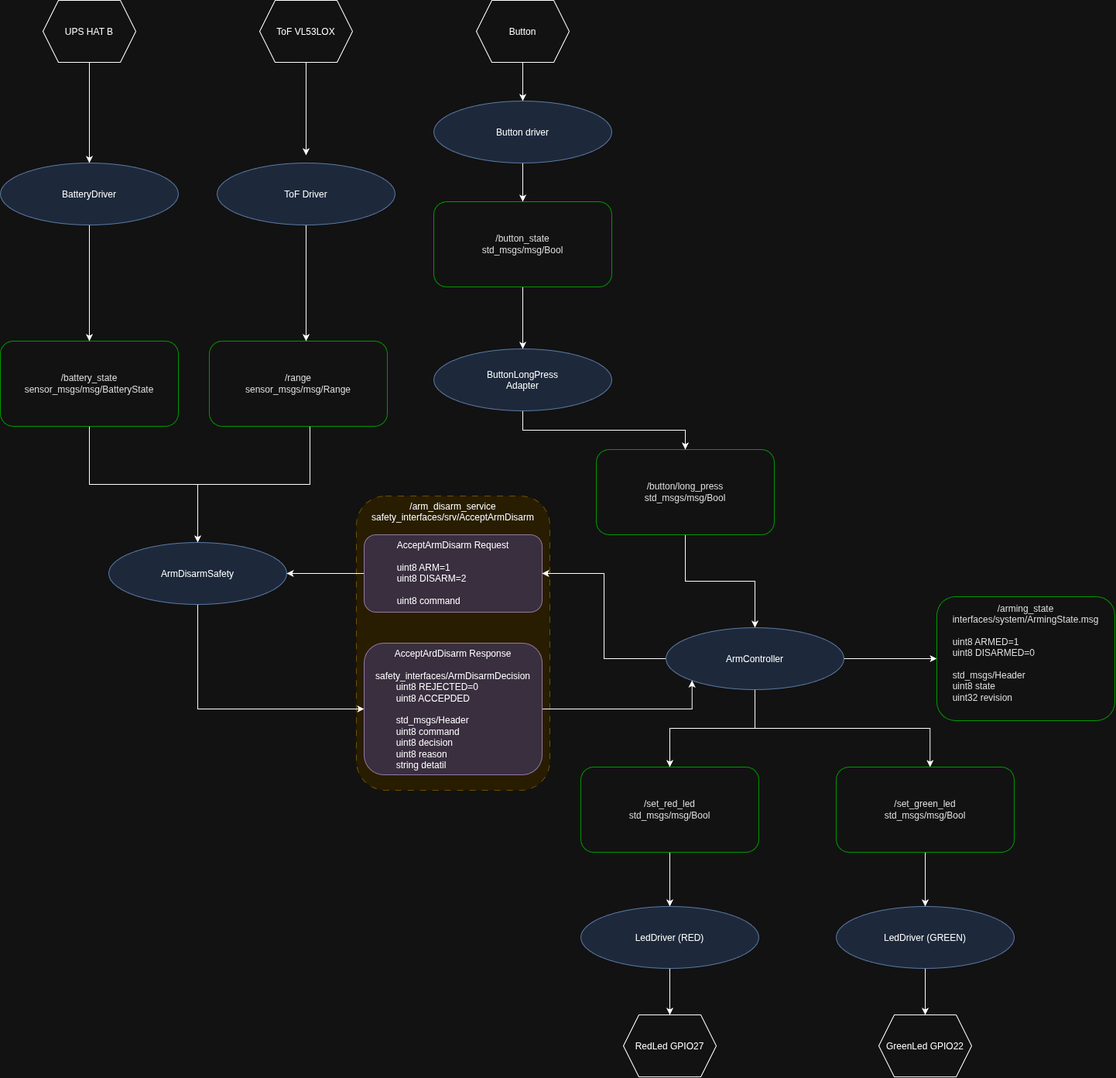
Above: docs/attachments/images/lesson5.1.drawio.png in SeregaCodit/ros2-practical (draw.io), before the change. Source tidied: cells renumbered, new cells last; positions are measured from the earlier drawing's top-left corner, leaving out a move shared by most shapes.
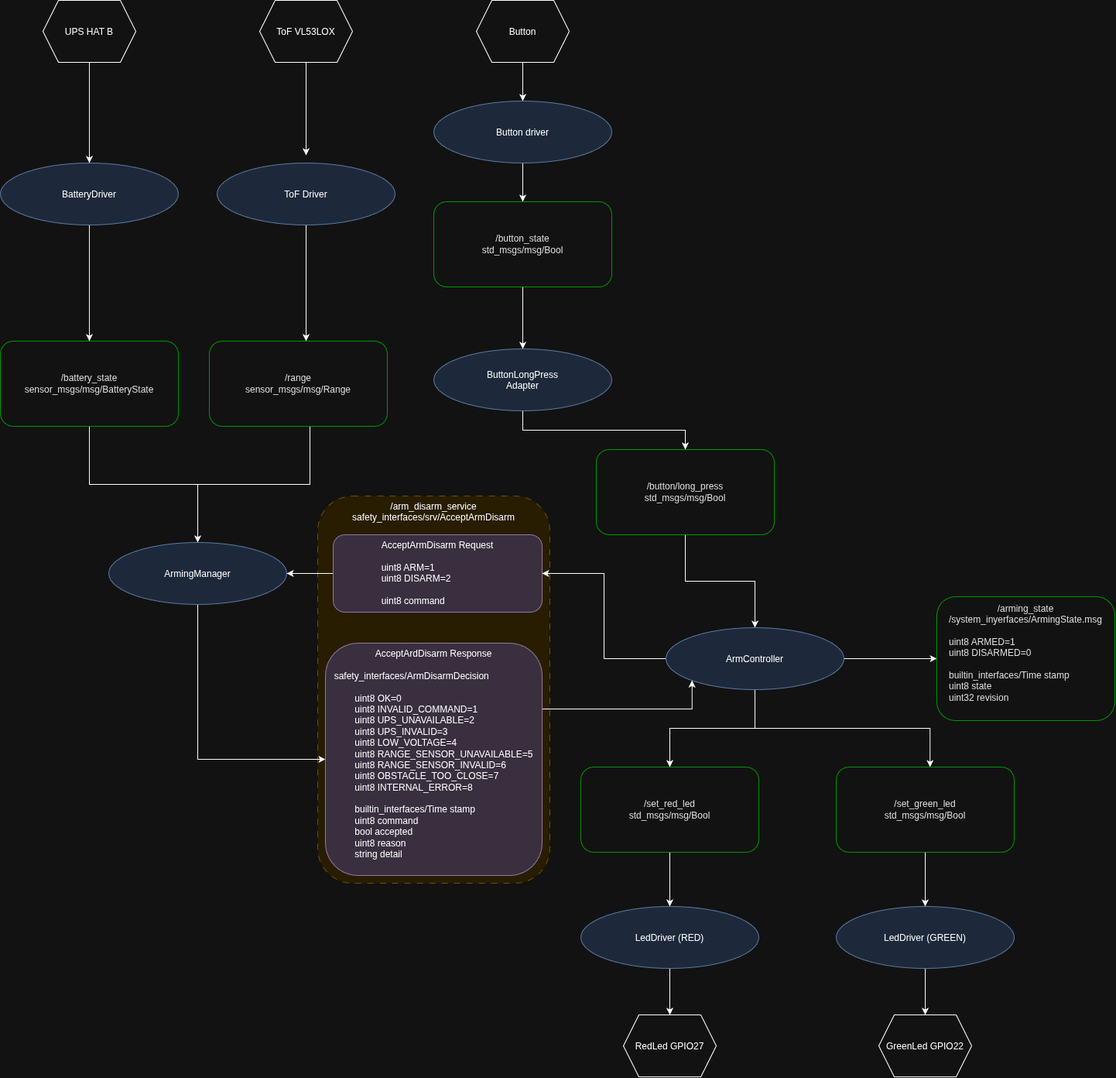
After the commit.

Commit message:
fix(aming_manager): fix [ros2run]: Segmentation fault

The edit, as a diff of the source:
```diff
@@ -3,7 +3,7 @@
     <mxCell id="0" />
     <mxCell id="1" parent="0" />
     <mxCell id="2" value="/arm_disarm_service&lt;div&gt;safety_interfaces/srv/AcceptArmDisarm&lt;/div&gt;" style="rounded=1;whiteSpace=wrap;html=1;roundedPerimeter=1;fillColor=#fff2cc;strokeColor=#d6b656;dashed=1;dashPattern=8 8;verticalAlign=top;" parent="1" vertex="1">
-      <mxGeometry x="460" y="640" width="250" height="380" as="geometry" />
+      <mxGeometry x="410" y="640" width="300" height="500" as="geometry" />
     </mxCell>
     <mxCell id="3" style="edgeStyle=orthogonalEdgeStyle;rounded=0;jettySize=auto;html=1;exitX=0.5;exitY=1;exitDx=0;exitDy=0;entryX=0.5;entryY=0;entryDx=0;entryDy=0;defaultLabelBackgroundColor=page;" parent="1" edge="1" source="4" target="15">
       <mxGeometry relative="1" as="geometry" />
@@ -79,7 +79,7 @@
     <mxCell id="23" style="edgeStyle=orthogonalEdgeStyle;rounded=0;jettySize=auto;html=1;exitX=0.5;exitY=1;exitDx=0;exitDy=0;entryX=0;entryY=0.5;entryDx=0;entryDy=0;defaultLabelBackgroundColor=page;" parent="1" edge="1" source="24" target="35">
       <mxGeometry relative="1" as="geometry" />
     </mxCell>
-    <mxCell id="24" value="&lt;span style=&quot;text-decoration-line: inherit; background-color: transparent; color: light-dark(#000000, var(--ge-light-color, #ffffff));&quot;&gt;ArmDisarmSafety&lt;/span&gt;" style="ellipse;whiteSpace=wrap;html=1;shapeInside=1;fillColor=#dae8fc;strokeColor=#6c8ebf;" parent="1" vertex="1">
+    <mxCell id="24" value="ArmingManager" style="ellipse;whiteSpace=wrap;html=1;shapeInside=1;fillColor=#dae8fc;strokeColor=#6c8ebf;" parent="1" vertex="1">
       <mxGeometry x="140" y="700" width="230" height="80" as="geometry" />
     </mxCell>
     <mxCell id="25" style="edgeStyle=orthogonalEdgeStyle;rounded=0;jettySize=auto;html=1;defaultLabelBackgroundColor=page;" parent="1" edge="1" source="26" target="22">
@@ -107,7 +107,7 @@
       <mxGeometry relative="1" as="geometry" />
     </mxCell>
     <mxCell id="33" value="&lt;div style=&quot;&quot;&gt;&lt;span style=&quot;background-color: transparent; color: light-dark(#000000, var(--ge-light-color, #ffffff));&quot;&gt;AcceptArmDisarm&lt;/span&gt;&lt;span style=&quot;&quot;&gt;&amp;nbsp;Request&lt;/span&gt;&lt;/div&gt;&lt;div style=&quot;&quot;&gt;&lt;span style=&quot;&quot;&gt;&lt;br&gt;&lt;/span&gt;&lt;/div&gt;&lt;div style=&quot;text-align: left;&quot;&gt;uint8 ARM=1&lt;/div&gt;&lt;div style=&quot;text-align: left;&quot;&gt;uint8 DISARM=2&lt;/div&gt;&lt;div style=&quot;text-align: left;&quot;&gt;&lt;br&gt;&lt;/div&gt;&lt;div style=&quot;text-align: left;&quot;&gt;uint8 command&lt;/div&gt;" style="rounded=1;whiteSpace=wrap;html=1;roundedPerimeter=1;strokeColor=#9673a6;fillColor=#e1d5e7;verticalAlign=top;align=center;" parent="1" vertex="1">
-      <mxGeometry x="470" y="690" width="230" height="100" as="geometry" />
+      <mxGeometry x="430" y="690" width="270" height="100" as="geometry" />
     </mxCell>
     <mxCell id="34" style="edgeStyle=orthogonalEdgeStyle;rounded=0;jettySize=auto;html=1;exitX=1;exitY=0.5;exitDx=0;exitDy=0;defaultLabelBackgroundColor=page;entryX=0;entryY=1;entryDx=0;entryDy=0;" parent="1" edge="1" source="35" target="31">
       <mxGeometry x="0.14" relative="1" as="geometry">
@@ -116,8 +116,8 @@
         </Array>
       </mxGeometry>
     </mxCell>
-    <mxCell id="35" value="AcceptArdDisarm&amp;nbsp;Response&lt;div&gt;&lt;br&gt;&lt;div&gt;&lt;div style=&quot;text-align: left;&quot;&gt;safety_interfaces/&lt;span style=&quot;text-align: center;&quot;&gt;ArmDisarmD&lt;/span&gt;ecision&lt;/div&gt;&lt;div style=&quot;text-align: left;&quot;&gt;&lt;span style=&quot;white-space: pre;&quot;&gt;&#9;&lt;/span&gt;uint8 REJECTED=0&lt;/div&gt;&lt;div style=&quot;text-align: left;&quot;&gt;&lt;span style=&quot;white-space: pre;&quot;&gt;&#9;&lt;/span&gt;uint8 ACCEPDED&lt;br&gt;&lt;/div&gt;&lt;div style=&quot;text-align: left;&quot;&gt;&lt;br&gt;&lt;/div&gt;&lt;div style=&quot;text-align: left;&quot;&gt;&lt;span style=&quot;white-space: pre;&quot;&gt;&#9;&lt;/span&gt;std_msgs/Header&lt;br&gt;&lt;/div&gt;&lt;div style=&quot;text-align: left;&quot;&gt;&lt;span style=&quot;white-space: pre;&quot;&gt;&#9;&lt;/span&gt;uint8 command&lt;br&gt;&lt;/div&gt;&lt;div style=&quot;text-align: left;&quot;&gt;&lt;span style=&quot;white-space: pre;&quot;&gt;&#9;&lt;/span&gt;uint8 decision&lt;/div&gt;&lt;div style=&quot;text-align: left;&quot;&gt;&lt;span style=&quot;white-space: pre;&quot;&gt;&#9;&lt;/span&gt;uint8 reason&lt;br&gt;&lt;/div&gt;&lt;div style=&quot;text-align: left;&quot;&gt;&lt;span style=&quot;white-space: pre;&quot;&gt;&#9;&lt;/span&gt;string detatil&lt;br&gt;&lt;/div&gt;&lt;div style=&quot;text-align: left;&quot;&gt;&lt;span style=&quot;white-space: pre;&quot;&gt;&#9;&lt;/span&gt;&lt;br&gt;&lt;/div&gt;&lt;div style=&quot;text-align: left;&quot;&gt;&lt;br&gt;&lt;/div&gt;&lt;div style=&quot;text-align: left;&quot;&gt;&lt;br&gt;&lt;/div&gt;&lt;/div&gt;&lt;/div&gt;" style="rounded=1;whiteSpace=wrap;html=1;roundedPerimeter=1;strokeColor=#9673a6;fillColor=#e1d5e7;verticalAlign=top;" parent="1" vertex="1">
-      <mxGeometry x="470" y="830" width="230" height="170" as="geometry" />
+    <mxCell id="35" value="AcceptArdDisarm&amp;nbsp;Response&lt;div&gt;&lt;br&gt;&lt;div&gt;&lt;div style=&quot;text-align: left;&quot;&gt;safety_interfaces/&lt;span style=&quot;text-align: center;&quot;&gt;ArmDisarmD&lt;/span&gt;ecision&lt;/div&gt;&lt;div style=&quot;text-align: left;&quot;&gt;&lt;span style=&quot;white-space: pre;&quot;&gt;&#9;&lt;/span&gt;&lt;br&gt;&lt;/div&gt;&lt;div style=&quot;text-align: left;&quot;&gt;&lt;div&gt;&lt;span style=&quot;white-space: pre;&quot;&gt;&#9;&lt;/span&gt;uint8 OK=0&lt;/div&gt;&lt;div&gt;&lt;span style=&quot;white-space: pre;&quot;&gt;&#9;&lt;/span&gt;uint8 INVALID_COMMAND=1&lt;/div&gt;&lt;div&gt;&lt;span style=&quot;white-space: pre;&quot;&gt;&#9;&lt;/span&gt;uint8 UPS_UNAVAILABLE=2&lt;/div&gt;&lt;div&gt;&lt;span style=&quot;white-space: pre;&quot;&gt;&#9;&lt;/span&gt;uint8 UPS_INVALID=3&lt;/div&gt;&lt;div&gt;&lt;span style=&quot;white-space: pre;&quot;&gt;&#9;&lt;/span&gt;uint8 LOW_VOLTAGE=4&lt;/div&gt;&lt;div&gt;&lt;span style=&quot;white-space: pre;&quot;&gt;&#9;&lt;/span&gt;uint8 RANGE_SENSOR_UNAVAILABLE=5&lt;/div&gt;&lt;div&gt;&lt;span style=&quot;white-space: pre;&quot;&gt;&#9;&lt;/span&gt;uint8 RANGE_SENSOR_INVALID=6&lt;/div&gt;&lt;div&gt;&lt;span style=&quot;white-space: pre;&quot;&gt;&#9;&lt;/span&gt;uint8 OBSTACLE_TOO_CLOSE=7&lt;/div&gt;&lt;div&gt;&lt;span style=&quot;white-space: pre;&quot;&gt;&#9;&lt;/span&gt;uint8 INTERNAL_ERROR=8&lt;/div&gt;&lt;/div&gt;&lt;div style=&quot;text-align: left;&quot;&gt;&lt;span style=&quot;white-space: pre;&quot;&gt;&#9;&lt;/span&gt;&lt;/div&gt;&lt;div style=&quot;text-align: left;&quot;&gt;&lt;span style=&quot;background-color: transparent; color: light-dark(#000000, var(--ge-light-color, #ffffff));&quot;&gt;&lt;span style=&quot;white-space: pre;&quot;&gt;&#9;&lt;/span&gt;builtin_interfaces/Time stamp&lt;/span&gt;&lt;/div&gt;&lt;div style=&quot;text-align: left;&quot;&gt;&lt;span style=&quot;white-space: pre;&quot;&gt;&#9;&lt;/span&gt;uint8 command&lt;/div&gt;&lt;div style=&quot;text-align: left;&quot;&gt;&lt;span style=&quot;white-space: pre;&quot;&gt;&#9;&lt;/span&gt;bool accepted&lt;/div&gt;&lt;div style=&quot;text-align: left;&quot;&gt;&lt;span style=&quot;white-space: pre;&quot;&gt;&#9;&lt;/span&gt;uint8 reason&lt;/div&gt;&lt;div style=&quot;text-align: left;&quot;&gt;&lt;span style=&quot;white-space: pre;&quot;&gt;&#9;&lt;/span&gt;string detail&lt;/div&gt;&lt;div style=&quot;text-align: left;&quot;&gt;&lt;span style=&quot;white-space: pre;&quot;&gt;&#9;&lt;/span&gt;&lt;br&gt;&lt;/div&gt;&lt;div style=&quot;text-align: left;&quot;&gt;&lt;br&gt;&lt;/div&gt;&lt;div style=&quot;text-align: left;&quot;&gt;&lt;br&gt;&lt;/div&gt;&lt;/div&gt;&lt;/div&gt;" style="rounded=1;whiteSpace=wrap;html=1;roundedPerimeter=1;strokeColor=#9673a6;fillColor=#e1d5e7;verticalAlign=top;" parent="1" vertex="1">
+      <mxGeometry x="420" y="830" width="280" height="300" as="geometry" />
     </mxCell>
     <mxCell id="36" style="edgeStyle=orthogonalEdgeStyle;shape=connector;rounded=0;jettySize=auto;html=1;strokeColor=default;align=center;verticalAlign=middle;fontFamily=Helvetica;fontSize=11;fontColor=default;labelBackgroundColor=default;defaultLabelBackgroundColor=page;endArrow=classic;" parent="1" edge="1" source="37" target="39">
       <mxGeometry relative="1" as="geometry" />
@@ -149,7 +149,7 @@
     <mxCell id="45" value="&lt;div style=&quot;color: rgb(18, 18, 18);&quot;&gt;/set_green_led&lt;/div&gt;&lt;div style=&quot;color: rgb(18, 18, 18);&quot;&gt;std_msgs/msg/Bool&lt;/div&gt;" style="rounded=1;whiteSpace=wrap;html=1;roundedPerimeter=1;strokeColor=light-dark(#7AFFAB,#009900);" parent="1" vertex="1">
       <mxGeometry x="1080" y="990" width="230" height="110" as="geometry" />
     </mxCell>
-    <mxCell id="46" value="&lt;div style=&quot;color: rgb(18, 18, 18);&quot;&gt;/arming_state&lt;/div&gt;&lt;div style=&quot;text-align: left; color: rgb(18, 18, 18);&quot;&gt;interfaces/system/ArmingState.msg&lt;/div&gt;&lt;div style=&quot;text-align: left; color: rgb(18, 18, 18);&quot;&gt;&lt;br&gt;&lt;/div&gt;&lt;div style=&quot;text-align: left; color: rgb(18, 18, 18);&quot;&gt;uint8 ARMED=1&lt;/div&gt;&lt;div style=&quot;text-align: left; color: rgb(18, 18, 18);&quot;&gt;uint8 DISARMED=0&lt;/div&gt;&lt;div style=&quot;text-align: left; color: rgb(18, 18, 18);&quot;&gt;&lt;br&gt;&lt;/div&gt;&lt;div style=&quot;text-align: left; color: rgb(18, 18, 18);&quot;&gt;std_msgs/Header&lt;/div&gt;&lt;div style=&quot;text-align: left; color: rgb(18, 18, 18);&quot;&gt;uint8 state&lt;/div&gt;&lt;div style=&quot;text-align: left; color: rgb(18, 18, 18);&quot;&gt;uint32 revision&lt;/div&gt;&lt;div style=&quot;color: rgb(18, 18, 18);&quot;&gt;&lt;br&gt;&lt;/div&gt;" style="rounded=1;whiteSpace=wrap;html=1;roundedPerimeter=1;strokeColor=light-dark(#7AFFAB,#009900);" parent="1" vertex="1">
+    <mxCell id="46" value="&lt;div style=&quot;color: rgb(18, 18, 18);&quot;&gt;/arming_state&lt;/div&gt;&lt;div style=&quot;text-align: left; color: rgb(18, 18, 18);&quot;&gt;/system_inyerfaces/ArmingState.msg&lt;/div&gt;&lt;div style=&quot;text-align: left; color: rgb(18, 18, 18);&quot;&gt;&lt;br&gt;&lt;/div&gt;&lt;div style=&quot;text-align: left; color: rgb(18, 18, 18);&quot;&gt;uint8 ARMED=1&lt;/div&gt;&lt;div style=&quot;text-align: left; color: rgb(18, 18, 18);&quot;&gt;uint8 DISARMED=0&lt;/div&gt;&lt;div style=&quot;text-align: left; color: rgb(18, 18, 18);&quot;&gt;&lt;br&gt;&lt;/div&gt;&lt;div style=&quot;text-align: left; color: rgb(18, 18, 18);&quot;&gt;builtin_interfaces/Time stamp&lt;/div&gt;&lt;div style=&quot;text-align: left; color: rgb(18, 18, 18);&quot;&gt;uint8 state&lt;/div&gt;&lt;div style=&quot;text-align: left; color: rgb(18, 18, 18);&quot;&gt;uint32 revision&lt;/div&gt;&lt;div style=&quot;color: rgb(18, 18, 18);&quot;&gt;&lt;br&gt;&lt;/div&gt;" style="rounded=1;whiteSpace=wrap;html=1;roundedPerimeter=1;strokeColor=light-dark(#7AFFAB,#009900);" parent="1" vertex="1">
       <mxGeometry x="1210" y="770" width="230" height="160" as="geometry" />
     </mxCell>
   </root>
```
